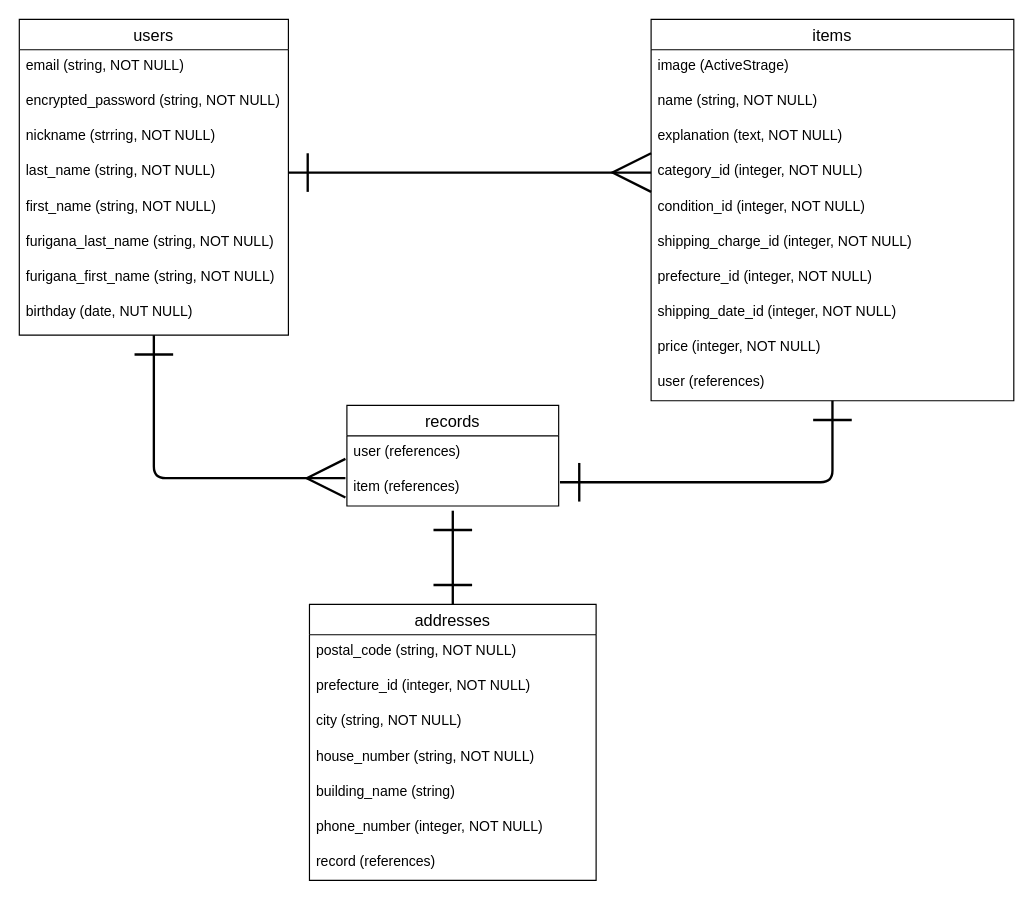
The draw.io diagram ER.dio in Mizuki-hhh/furima-33010, before the edit. Source tidied: cells renumbered, new cells numbered last; positions are measured from the earlier drawing's top-left corner, leaving out a move shared by most shapes. Both pictures are drawn from the tidied source at 117%, with x=0, y=0 at pixel (19, 19).
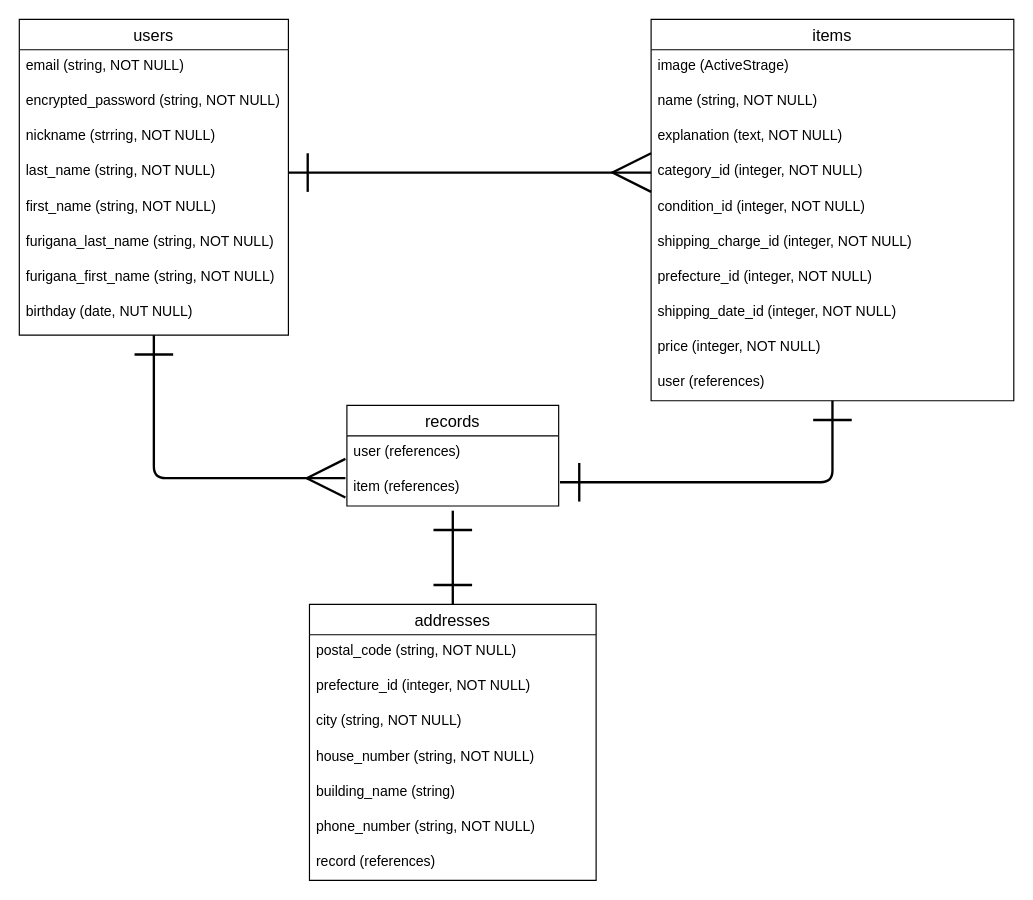
The same page after the edit.

Commit message:
ER図とREADMEの修正3（ER図コミット忘れ）

The change refers to these unchanged cells:
```xml
<mxCell id="28" value="addresses" style="swimlane;fontStyle=0;horizontal=1;startSize=26;align=center;fontSize=14;fillColor=none;" parent="1" vertex="1">
  <mxGeometry x="248" y="500" width="245" height="236" as="geometry" />
</mxCell>
```

Diff of the diagram source:
```diff
@@
-    <mxCell id="34" value="phone_number (integer, NOT NULL)" style="text;strokeColor=none;fillColor=none;spacingLeft=4;spacingRight=4;overflow=hidden;fontSize=12;" parent="28" vertex="1">
+    <mxCell id="34" value="phone_number (string, NOT NULL)" style="text;strokeColor=none;fillColor=none;spacingLeft=4;spacingRight=4;overflow=hidden;fontSize=12;" parent="28" vertex="1">
       <mxGeometry y="176" width="245" height="30" as="geometry" />
     </mxCell>
```
